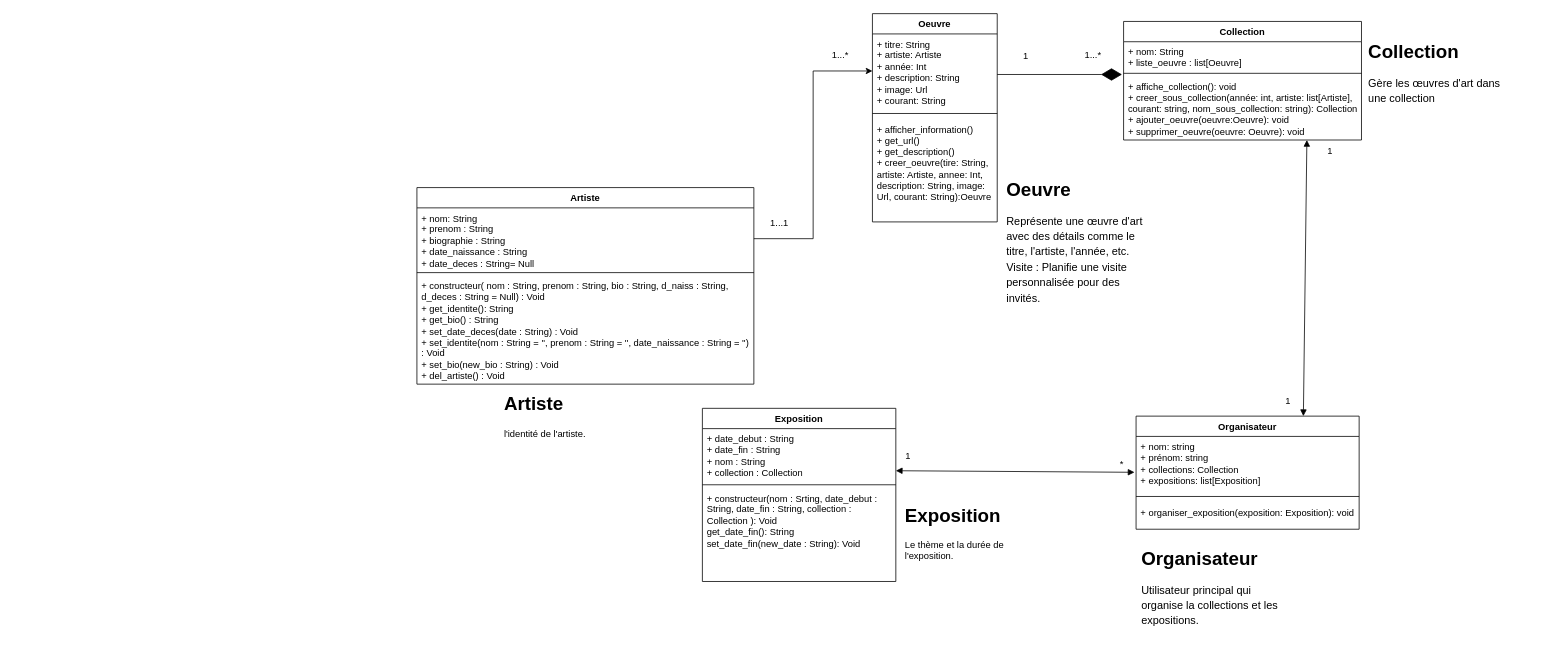
Before: artefile_uml.drawio in akbarNz/projet_dev_ba2, a draw.io diagram. Source tidied: cells renumbered, new cells numbered last; positions are measured from the earlier drawing's top-left corner, leaving out a move shared by most shapes. Both pictures are drawn from the tidied source at 78%, with x=0, y=0 at pixel (417, 13).
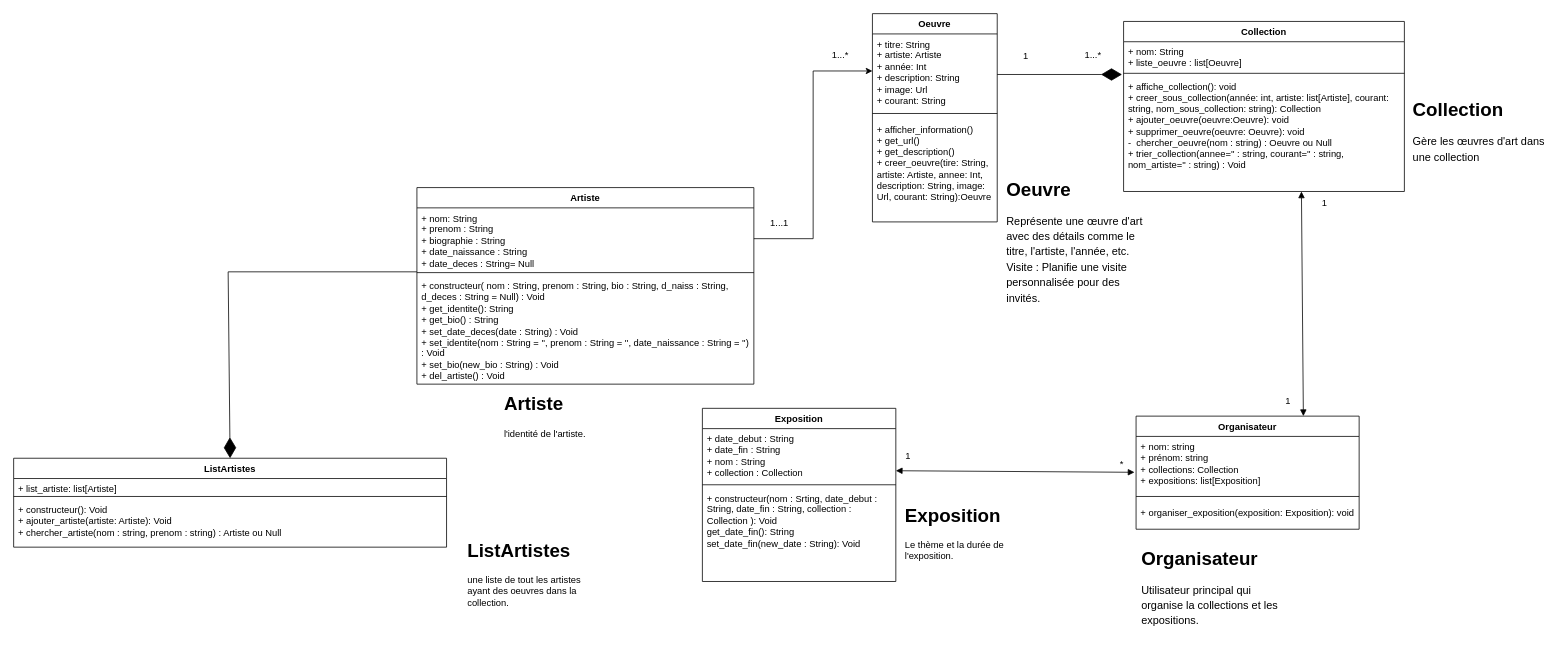
Above is the later version.

The change refers to these unchanged cells:
```xml
<mxCell id="7" value="&lt;div&gt;+ nom: String&lt;/div&gt;&lt;div&gt;+ prenom : String&lt;/div&gt;&lt;div&gt;+ biographie : String&lt;/div&gt;&lt;div&gt;+ date_naissance : String&lt;/div&gt;&lt;div&gt;+ date_deces : String= Null&lt;br&gt;&lt;/div&gt;&lt;div&gt;&lt;br&gt;&lt;/div&gt;" style="text;strokeColor=none;fillColor=none;align=left;verticalAlign=top;spacingLeft=4;spacingRight=4;overflow=hidden;points=[[0,0.5],[1,0.5]];portConstraint=eastwest;whiteSpace=wrap;html=1;" parent="6" vertex="1">
  <mxGeometry y="26" width="432" height="79" as="geometry" />
</mxCell>
```

What changed in the source:
```diff
@@
     <mxCell id="10" value="Collection" style="swimlane;fontStyle=1;align=center;verticalAlign=top;horizontal=1;startSize=26;whiteSpace=wrap;html=1;" parent="1" vertex="1">
-      <mxGeometry x="906" y="10" width="305" height="152" as="geometry" />
+      <mxGeometry x="906" y="10" width="360" height="218" as="geometry" />
     </mxCell>
     <mxCell id="11" value="+ nom: String&lt;div&gt;&lt;div&gt;+ liste_oeuvre : list[Oeuvre]&lt;/div&gt;&lt;/div&gt;" style="text;strokeColor=none;fillColor=none;align=left;verticalAlign=top;spacingLeft=4;spacingRight=4;overflow=hidden;whiteSpace=wrap;html=1;" parent="10" vertex="1">
-      <mxGeometry y="26" width="305" height="37" as="geometry" />
+      <mxGeometry y="26" width="360" height="37" as="geometry" />
     </mxCell>
     <mxCell id="12" style="line;strokeWidth=1;fillColor=none;align=left;verticalAlign=middle;spacingTop=-1;spacingLeft=3;spacingRight=3;labelPosition=right;strokeColor=inherit;" parent="10" vertex="1">
-      <mxGeometry y="63" width="305" height="7" as="geometry" />
+      <mxGeometry y="63" width="360" height="7" as="geometry" />
     </mxCell>
-    <mxCell id="13" value="+ affiche_collection(): void&lt;div&gt;+ creer_sous_collection(année: int, artiste: list[Artiste], courant: string, nom_sous_collection: string): Collection&lt;/div&gt;&lt;div&gt;+ ajouter_oeuvre(oeuvre:Oeuvre): void&lt;/div&gt;&lt;div&gt;+ supprimer_oeuvre(oeuvre: Oeuvre): void&lt;/div&gt;" style="text;strokeColor=none;fillColor=none;align=left;verticalAlign=top;spacingLeft=4;spacingRight=4;overflow=hidden;whiteSpace=wrap;html=1;" parent="10" vertex="1">
-      <mxGeometry y="70" width="305" height="82" as="geometry" />
+    <mxCell id="13" value="+ affiche_collection(): void&lt;div&gt;+ creer_sous_collection(année: int, artiste: list[Artiste], courant: string, nom_sous_collection: string): Collection&lt;/div&gt;&lt;div&gt;+ ajouter_oeuvre(oeuvre:Oeuvre): void&lt;/div&gt;&lt;div&gt;+ supprimer_oeuvre(oeuvre: Oeuvre): void&lt;/div&gt;&lt;div&gt;-&amp;nbsp; chercher_oeuvre(nom : string) : Oeuvre ou Null&lt;/div&gt;&lt;div&gt;+ trier_collection(annee='' : string, courant='' : string, nom_artiste='' : string) : Void&lt;br&gt;&lt;/div&gt;" style="text;strokeColor=none;fillColor=none;align=left;verticalAlign=top;spacingLeft=4;spacingRight=4;overflow=hidden;whiteSpace=wrap;html=1;" parent="10" vertex="1">
+      <mxGeometry y="70" width="360" height="148" as="geometry" />
     </mxCell>
@@
     <mxCell id="29" value="1" style="text;html=1;align=center;verticalAlign=middle;whiteSpace=wrap;rounded=0;" parent="1" vertex="1">
-      <mxGeometry x="1141" y="162" width="60" height="30" as="geometry" />
+      <mxGeometry x="1134" y="228" width="60" height="30" as="geometry" />
     </mxCell>
@@
     <mxCell id="33" value="&lt;h1 style=&quot;margin-top: 0px;&quot;&gt;Collection&lt;br&gt;&lt;/h1&gt;&lt;p&gt;&lt;span class=&quot;TextRun SCXW251232665 BCX2&quot; lang=&quot;FR-FR&quot; style=&quot;font-size: 10.5pt; font-style: normal; font-variant: normal; text-transform: none; line-height: 19.7625px; font-family: &amp;quot;Source Code Pro&amp;quot;, &amp;quot;Source Code Pro_EmbeddedFont&amp;quot;, &amp;quot;Source Code Pro_MSFontService&amp;quot;, sans-serif; font-weight: normal;&quot;&gt;&lt;span class=&quot;NormalTextRun SCXW251232665 BCX2&quot;&gt;Gère les œuvres d'art dans une collection&lt;/span&gt;&lt;/span&gt;&lt;/p&gt;" style="text;html=1;whiteSpace=wrap;overflow=hidden;rounded=0;" parent="1" vertex="1">
-      <mxGeometry x="1218" y="28" width="180" height="120" as="geometry" />
+      <mxGeometry x="1275" y="103" width="180" height="120" as="geometry" />
     </mxCell>
@@
+    <mxCell id="39" value="ListArtistes" style="swimlane;fontStyle=1;align=center;verticalAlign=top;horizontal=1;startSize=26;whiteSpace=wrap;html=1;" parent="1" vertex="1">
+      <mxGeometry x="-517" y="570" width="555" height="114" as="geometry" />
+    </mxCell>
+    <mxCell id="40" value="+ list_artiste: list[Artiste]" style="text;strokeColor=none;fillColor=none;align=left;verticalAlign=top;spacingLeft=4;spacingRight=4;overflow=hidden;whiteSpace=wrap;html=1;" parent="39" vertex="1">
+      <mxGeometry y="26" width="555" height="19" as="geometry" />
+    </mxCell>
+    <mxCell id="41" style="line;strokeWidth=1;fillColor=none;align=left;verticalAlign=middle;spacingTop=-1;spacingLeft=3;spacingRight=3;labelPosition=right;strokeColor=inherit;" parent="39" vertex="1">
+      <mxGeometry y="45" width="555" height="8" as="geometry" />
+    </mxCell>
+    <mxCell id="42" value="&lt;div&gt;+ constructeur(): Void&lt;/div&gt;&lt;div&gt;+ ajouter_artiste(artiste: Artiste): Void&lt;/div&gt;&lt;div&gt;+ chercher_artiste(nom : string, prenom : string) : Artiste ou Null&lt;/div&gt;&lt;div&gt;&lt;br&gt;&lt;/div&gt;" style="text;strokeColor=none;fillColor=none;align=left;verticalAlign=top;spacingLeft=4;spacingRight=4;overflow=hidden;whiteSpace=wrap;html=1;" parent="39" vertex="1">
+      <mxGeometry y="53" width="555" height="61" as="geometry" />
+    </mxCell>
+    <mxCell id="43" style="endArrow=diamondThin;endFill=1;endSize=24;html=1;rounded=0;entryX=0.5;entryY=0;entryDx=0;entryDy=0;exitX=0;exitY=1.038;exitDx=0;exitDy=0;exitPerimeter=0;" parent="1" edge="1" source="7" target="39">
+      <mxGeometry relative="1" as="geometry">
+        <Array as="points">
+          <mxPoint x="-242" y="331" />
+        </Array>
+      </mxGeometry>
+    </mxCell>
+    <mxCell id="44" value="&lt;h1 style=&quot;margin-top: 0px;&quot;&gt;ListArtistes&lt;/h1&gt;&lt;p&gt;une liste de tout les artistes ayant des oeuvres dans la collection.&lt;br&gt;&lt;/p&gt;" style="text;html=1;whiteSpace=wrap;overflow=hidden;rounded=0;" parent="1" vertex="1">
+      <mxGeometry x="63" y="668" width="180" height="120" as="geometry" />
+    </mxCell>
```
